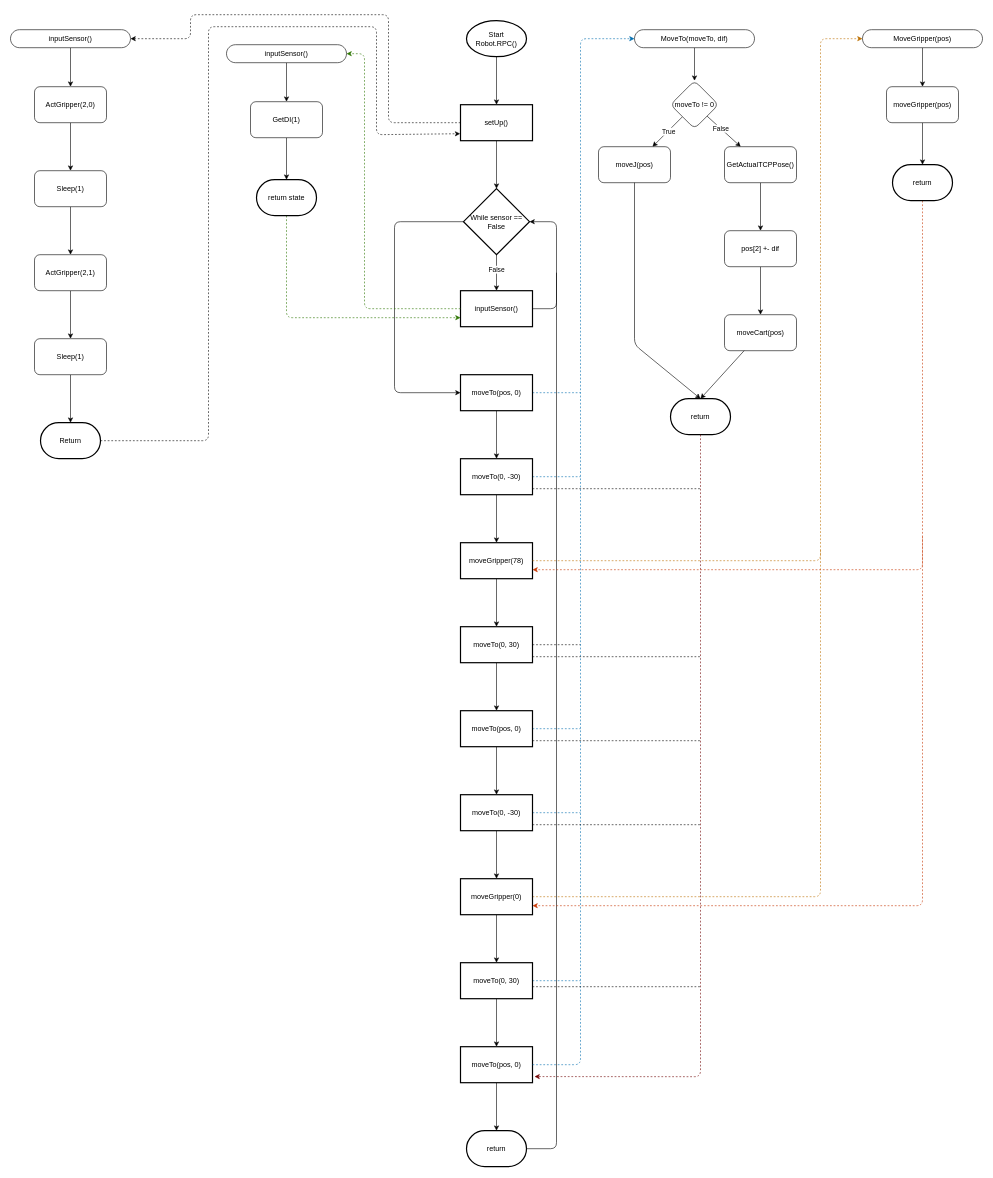
Earlier version of the draw.io diagram documentatie/FlowTestSetup.drawio (Ivobr/Stage-4More). Source tidied: cells renumbered, new cells numbered last; positions are measured from the earlier drawing's top-left corner, leaving out a move shared by most shapes. Both pictures are drawn from the tidied source at 60%, with x=0, y=0 at pixel (10, 14).
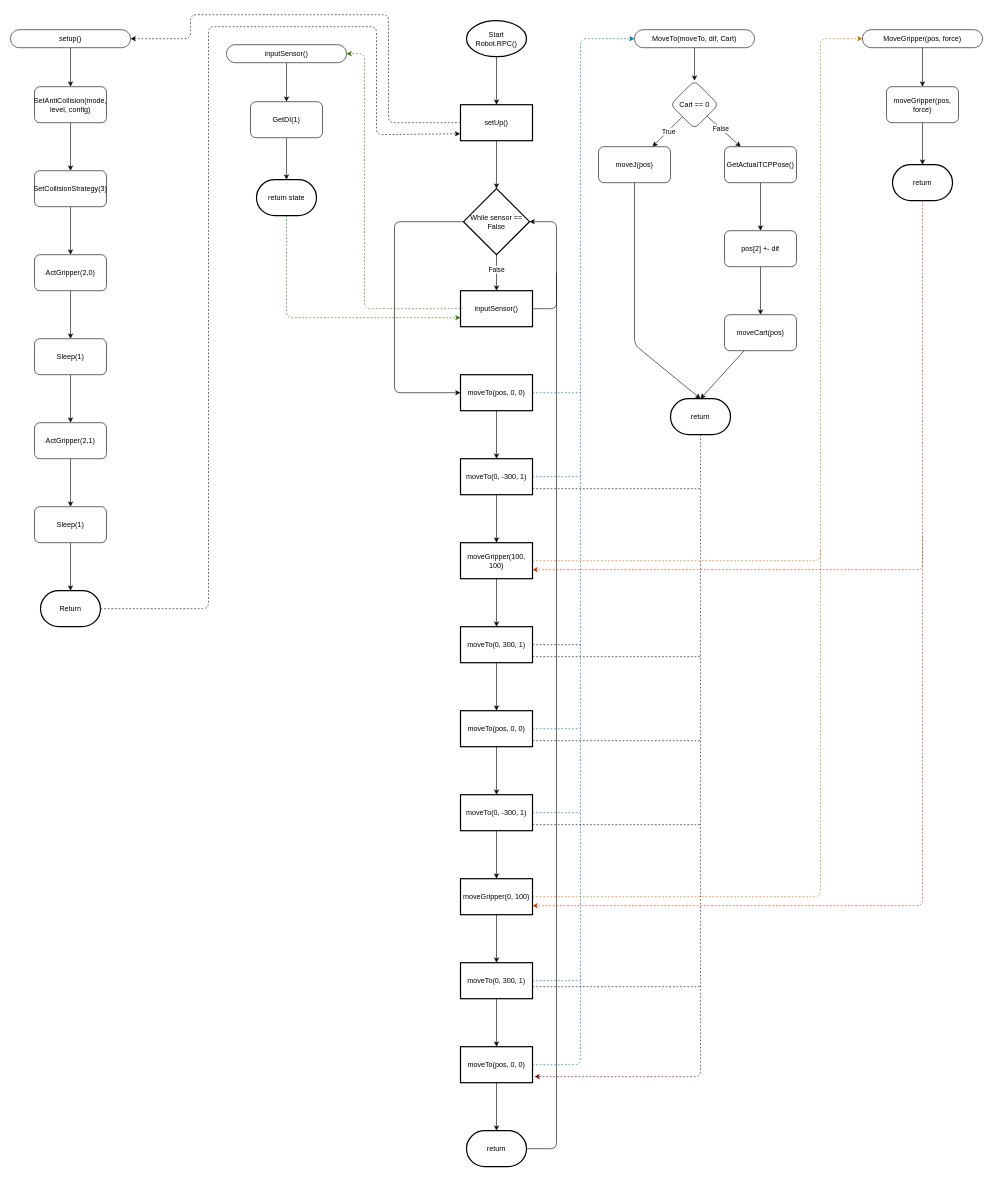
Above is the later version.

Unchanged cells that the change refers to:
```xml
<mxCell id="19" value="setUp()" style="whiteSpace=wrap;html=1;strokeWidth=2;" parent="1" vertex="1">
  <mxGeometry x="750" y="150" width="120" height="60" as="geometry" />
</mxCell>
```

Diff of the diagram source:
```diff
@@
-    <mxCell id="12" value="moveTo(pos, 0)" style="whiteSpace=wrap;html=1;strokeWidth=2;" parent="1" vertex="1">
+    <mxCell id="12" value="moveTo(pos, 0, 0)" style="whiteSpace=wrap;html=1;strokeWidth=2;" parent="1" vertex="1">
       <mxGeometry x="750" y="600" width="120" height="60" as="geometry" />
     </mxCell>
@@
-    <mxCell id="15" value="moveTo(0, -30)" style="whiteSpace=wrap;html=1;strokeWidth=2;" parent="1" vertex="1">
+    <mxCell id="15" value="moveTo(0, -300, 1)" style="whiteSpace=wrap;html=1;strokeWidth=2;" parent="1" vertex="1">
       <mxGeometry x="750" y="740" width="120" height="60" as="geometry" />
     </mxCell>
@@
-    <mxCell id="17" value="moveGripper(78)" style="whiteSpace=wrap;html=1;strokeWidth=2;" parent="1" vertex="1">
+    <mxCell id="17" value="moveGripper(100, 100)" style="whiteSpace=wrap;html=1;strokeWidth=2;" parent="1" vertex="1">
       <mxGeometry x="750" y="880" width="120" height="60" as="geometry" />
     </mxCell>
@@
-    <mxCell id="22" value="moveTo(0, 30)" style="whiteSpace=wrap;html=1;strokeWidth=2;" parent="1" vertex="1">
+    <mxCell id="22" value="moveTo(0, 300, 1)" style="whiteSpace=wrap;html=1;strokeWidth=2;" parent="1" vertex="1">
       <mxGeometry x="750" y="1020" width="120" height="60" as="geometry" />
     </mxCell>
@@
-    <mxCell id="25" value="moveTo(pos, 0)" style="whiteSpace=wrap;html=1;strokeWidth=2;" parent="1" vertex="1">
+    <mxCell id="25" value="moveTo(pos, 0, 0)" style="whiteSpace=wrap;html=1;strokeWidth=2;" parent="1" vertex="1">
       <mxGeometry x="750" y="1160" width="120" height="60" as="geometry" />
     </mxCell>
@@
-    <mxCell id="28" value="moveTo(0, -30)" style="whiteSpace=wrap;html=1;strokeWidth=2;" parent="1" vertex="1">
+    <mxCell id="28" value="moveTo(0, -300, 1)" style="whiteSpace=wrap;html=1;strokeWidth=2;" parent="1" vertex="1">
       <mxGeometry x="750" y="1300" width="120" height="60" as="geometry" />
     </mxCell>
@@
-    <mxCell id="31" value="moveGripper(0)" style="whiteSpace=wrap;html=1;strokeWidth=2;" parent="1" vertex="1">
+    <mxCell id="31" value="moveGripper(0, 100)" style="whiteSpace=wrap;html=1;strokeWidth=2;" parent="1" vertex="1">
       <mxGeometry x="750" y="1440" width="120" height="60" as="geometry" />
     </mxCell>
@@
-    <mxCell id="34" value="moveTo(0, 30)" style="whiteSpace=wrap;html=1;strokeWidth=2;" parent="1" vertex="1">
+    <mxCell id="34" value="moveTo(0, 300, 1)" style="whiteSpace=wrap;html=1;strokeWidth=2;" parent="1" vertex="1">
       <mxGeometry x="750" y="1580" width="120" height="60" as="geometry" />
     </mxCell>
@@
-    <mxCell id="36" value="moveTo(pos, 0)" style="whiteSpace=wrap;html=1;strokeWidth=2;" parent="1" vertex="1">
+    <mxCell id="36" value="moveTo(pos, 0, 0)" style="whiteSpace=wrap;html=1;strokeWidth=2;" parent="1" vertex="1">
       <mxGeometry x="750" y="1720" width="120" height="60" as="geometry" />
     </mxCell>
@@
-    <mxCell id="40" value="MoveTo(moveTo, dif)" style="html=1;dashed=0;whiteSpace=wrap;shape=mxgraph.dfd.start;rounded=1;" parent="1" vertex="1">
+    <mxCell id="40" value="MoveTo(moveTo, dif, Cart)" style="html=1;dashed=0;whiteSpace=wrap;shape=mxgraph.dfd.start;rounded=1;" parent="1" vertex="1">
       <mxGeometry x="1040" y="25" width="200" height="30" as="geometry" />
     </mxCell>
@@
-    <mxCell id="45" value="moveTo != 0" style="rhombus;whiteSpace=wrap;html=1;dashed=0;rounded=1;" parent="1" vertex="1">
+    <mxCell id="45" value="Cart == 0" style="rhombus;whiteSpace=wrap;html=1;dashed=0;rounded=1;" parent="1" vertex="1">
       <mxGeometry x="1100" y="110" width="80" height="80" as="geometry" />
     </mxCell>
@@
-    <mxCell id="62" value="MoveGripper(pos)" style="html=1;dashed=0;whiteSpace=wrap;shape=mxgraph.dfd.start;rounded=1;" parent="1" vertex="1">
+    <mxCell id="62" value="MoveGripper(pos, force)" style="html=1;dashed=0;whiteSpace=wrap;shape=mxgraph.dfd.start;rounded=1;" parent="1" vertex="1">
       <mxGeometry x="1420" y="25" width="200" height="30" as="geometry" />
     </mxCell>
@@
-    <mxCell id="64" value="moveGripper(pos)" style="whiteSpace=wrap;html=1;dashed=0;rounded=1;" parent="1" vertex="1">
+    <mxCell id="64" value="moveGripper(pos, force)" style="whiteSpace=wrap;html=1;dashed=0;rounded=1;" parent="1" vertex="1">
       <mxGeometry x="1460" y="120" width="120" height="60" as="geometry" />
     </mxCell>
@@
-    <mxCell id="67" style="edgeStyle=none;html=1;" parent="1" edge="1" source="68" target="70">
-      <mxGeometry relative="1" as="geometry" />
-    </mxCell>
+    <mxCell id="90" style="edgeStyle=none;html=1;" parent="1" edge="1" source="68" target="92">
+      <mxGeometry relative="1" as="geometry" />
+    </mxCell>
-    <mxCell id="68" value="inputSensor()" style="html=1;dashed=0;whiteSpace=wrap;shape=mxgraph.dfd.start;rounded=1;" parent="1" vertex="1">
+    <mxCell id="68" value="setup()" style="html=1;dashed=0;whiteSpace=wrap;shape=mxgraph.dfd.start;rounded=1;" parent="1" vertex="1">
       <mxGeometry y="25" width="200" height="30" as="geometry" />
     </mxCell>
@@
     <mxCell id="70" value="ActGripper(2,0)" style="whiteSpace=wrap;html=1;dashed=0;rounded=1;" parent="1" vertex="1">
-      <mxGeometry x="40" y="120" width="120" height="60" as="geometry" />
+      <mxGeometry x="40" y="400" width="120" height="60" as="geometry" />
     </mxCell>
@@
     <mxCell id="72" value="Sleep(1)" style="whiteSpace=wrap;html=1;dashed=0;rounded=1;" parent="1" vertex="1">
-      <mxGeometry x="40" y="260" width="120" height="60" as="geometry" />
+      <mxGeometry x="40" y="540" width="120" height="60" as="geometry" />
     </mxCell>
@@
     <mxCell id="74" value="ActGripper(2,1)" style="whiteSpace=wrap;html=1;dashed=0;rounded=1;" parent="1" vertex="1">
-      <mxGeometry x="40" y="400" width="120" height="60" as="geometry" />
+      <mxGeometry x="40" y="680" width="120" height="60" as="geometry" />
     </mxCell>
@@
     <mxCell id="76" value="Sleep(1)" style="whiteSpace=wrap;html=1;dashed=0;rounded=1;" parent="1" vertex="1">
-      <mxGeometry x="40" y="540" width="120" height="60" as="geometry" />
+      <mxGeometry x="40" y="820" width="120" height="60" as="geometry" />
     </mxCell>
     <mxCell id="77" value="Return" style="strokeWidth=2;html=1;shape=mxgraph.flowchart.terminator;whiteSpace=wrap;" parent="1" vertex="1">
-      <mxGeometry x="50" y="680" width="100" height="60" as="geometry" />
+      <mxGeometry x="50" y="960" width="100" height="60" as="geometry" />
     </mxCell>
@@
     <mxCell id="79" style="edgeStyle=none;html=1;entryX=-0.005;entryY=0.806;entryDx=0;entryDy=0;entryPerimeter=0;dashed=1;" parent="1" edge="1" source="77" target="19">
       <mxGeometry relative="1" as="geometry">
         <Array as="points">
-          <mxPoint x="330" y="710" />
+          <mxPoint x="330" y="990" />
           <mxPoint x="330" y="20" />
           <mxPoint x="610" y="20" />
           <mxPoint x="610" y="200" />
         </Array>
       </mxGeometry>
     </mxCell>
@@
+    <mxCell id="91" style="edgeStyle=none;html=1;" parent="1" edge="1" source="92" target="94">
+      <mxGeometry relative="1" as="geometry" />
+    </mxCell>
+    <mxCell id="92" value="SetAntiCollision(mode, level, config)" style="whiteSpace=wrap;html=1;dashed=0;rounded=1;" parent="1" vertex="1">
+      <mxGeometry x="40" y="120" width="120" height="60" as="geometry" />
+    </mxCell>
+    <mxCell id="93" style="edgeStyle=none;html=1;" parent="1" edge="1" source="94" target="70">
+      <mxGeometry relative="1" as="geometry" />
+    </mxCell>
+    <mxCell id="94" value="SetCollisionStrategy(3)" style="whiteSpace=wrap;html=1;dashed=0;rounded=1;" parent="1" vertex="1">
+      <mxGeometry x="40" y="260" width="120" height="60" as="geometry" />
+    </mxCell>
```
